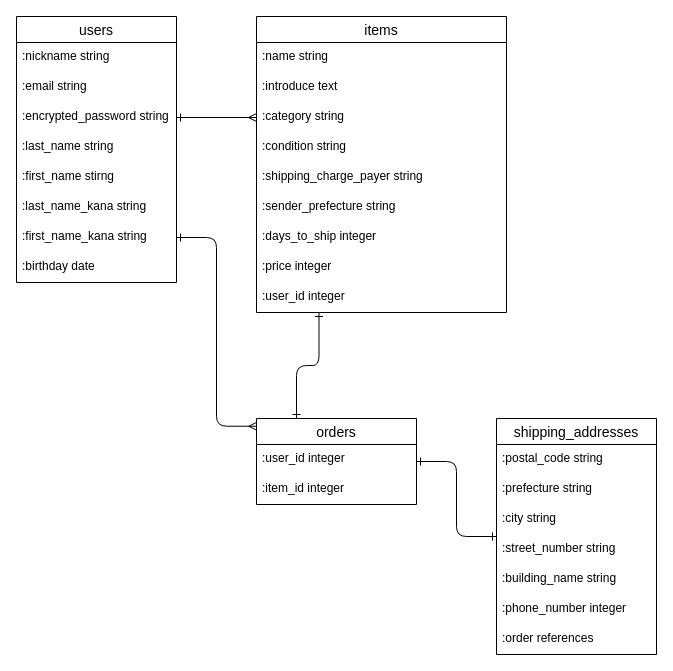
Above: ERD.dio in JIZAEMON/furima-39979 (draw.io), before the change. Source tidied: cells renumbered, new cells numbered last; positions are measured from the earlier drawing's top-left corner, leaving out a move shared by most shapes. Both pictures are drawn from the tidied source at 100%, with x=0, y=0 at pixel (16, 16).
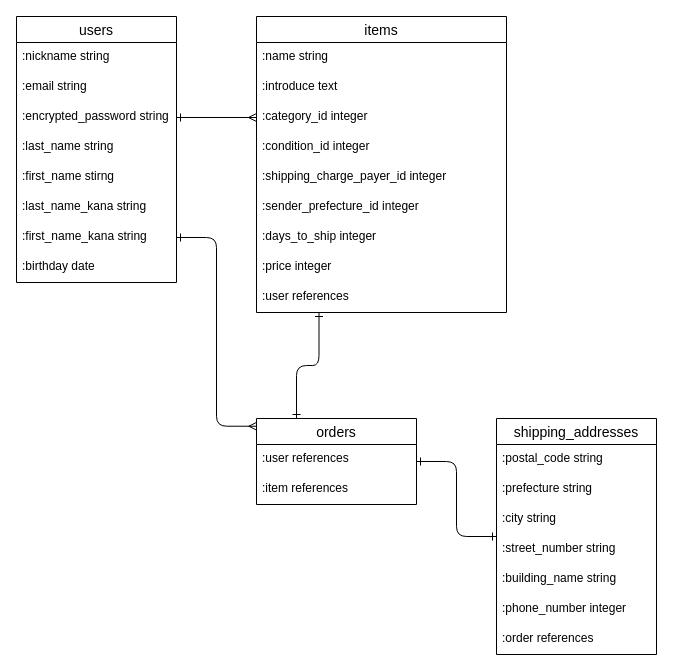
Above is the later version.

Commit message (it also covers changes not shown here):
ER図とREADMEの修正2

Unchanged cells that the change refers to:
```xml
<mxCell id="2" value="items" style="swimlane;fontStyle=0;horizontal=1;startSize=26;align=center;fontSize=14;" parent="1" vertex="1">
  <mxGeometry x="240" width="250" height="296" as="geometry" />
</mxCell>
<mxCell id="23" value="orders" style="swimlane;fontStyle=0;horizontal=1;startSize=26;align=center;fontSize=14;" parent="1" vertex="1">
  <mxGeometry x="240" y="402" width="160" height="86" as="geometry" />
</mxCell>
```

What changed in the source:
```diff
@@
-    <mxCell id="5" value=":category string" style="text;strokeColor=none;fillColor=none;spacingLeft=4;spacingRight=4;overflow=hidden;points=[[0,0.5],[1,0.5]];portConstraint=eastwest;fontSize=12;" parent="2" vertex="1">
+    <mxCell id="5" value=":category_id integer" style="text;strokeColor=none;fillColor=none;spacingLeft=4;spacingRight=4;overflow=hidden;points=[[0,0.5],[1,0.5]];portConstraint=eastwest;fontSize=12;" parent="2" vertex="1">
       <mxGeometry y="86" width="250" height="30" as="geometry" />
     </mxCell>
-    <mxCell id="6" value=":condition string" style="text;strokeColor=none;fillColor=none;spacingLeft=4;spacingRight=4;overflow=hidden;fontSize=12;" parent="2" vertex="1">
+    <mxCell id="6" value=":condition_id integer" style="text;strokeColor=none;fillColor=none;spacingLeft=4;spacingRight=4;overflow=hidden;fontSize=12;" parent="2" vertex="1">
       <mxGeometry y="116" width="250" height="30" as="geometry" />
     </mxCell>
-    <mxCell id="7" value=":shipping_charge_payer string" style="text;strokeColor=none;fillColor=none;spacingLeft=4;spacingRight=4;overflow=hidden;fontSize=12;" parent="2" vertex="1">
+    <mxCell id="7" value=":shipping_charge_payer_id integer" style="text;strokeColor=none;fillColor=none;spacingLeft=4;spacingRight=4;overflow=hidden;fontSize=12;" parent="2" vertex="1">
       <mxGeometry y="146" width="250" height="30" as="geometry" />
     </mxCell>
-    <mxCell id="8" value=":sender_prefecture string" style="text;strokeColor=none;fillColor=none;spacingLeft=4;spacingRight=4;overflow=hidden;fontSize=12;" parent="2" vertex="1">
+    <mxCell id="8" value=":sender_prefecture_id integer" style="text;strokeColor=none;fillColor=none;spacingLeft=4;spacingRight=4;overflow=hidden;fontSize=12;" parent="2" vertex="1">
       <mxGeometry y="176" width="250" height="30" as="geometry" />
     </mxCell>
@@
-    <mxCell id="11" value=":user_id integer" style="text;strokeColor=none;fillColor=none;spacingLeft=4;spacingRight=4;overflow=hidden;fontSize=12;" parent="2" vertex="1">
+    <mxCell id="11" value=":user references" style="text;strokeColor=none;fillColor=none;spacingLeft=4;spacingRight=4;overflow=hidden;fontSize=12;" parent="2" vertex="1">
       <mxGeometry y="266" width="250" height="30" as="geometry" />
     </mxCell>
@@
-    <mxCell id="24" value=":user_id integer" style="text;strokeColor=none;fillColor=none;spacingLeft=4;spacingRight=4;overflow=hidden;fontSize=12;" parent="23" vertex="1">
+    <mxCell id="24" value=":user references" style="text;strokeColor=none;fillColor=none;spacingLeft=4;spacingRight=4;overflow=hidden;fontSize=12;" parent="23" vertex="1">
       <mxGeometry y="26" width="160" height="30" as="geometry" />
     </mxCell>
-    <mxCell id="25" value=":item_id integer" style="text;strokeColor=none;fillColor=none;spacingLeft=4;spacingRight=4;overflow=hidden;fontSize=12;" parent="23" vertex="1">
+    <mxCell id="25" value=":item references" style="text;strokeColor=none;fillColor=none;spacingLeft=4;spacingRight=4;overflow=hidden;fontSize=12;" parent="23" vertex="1">
       <mxGeometry y="56" width="160" height="30" as="geometry" />
     </mxCell>
```
